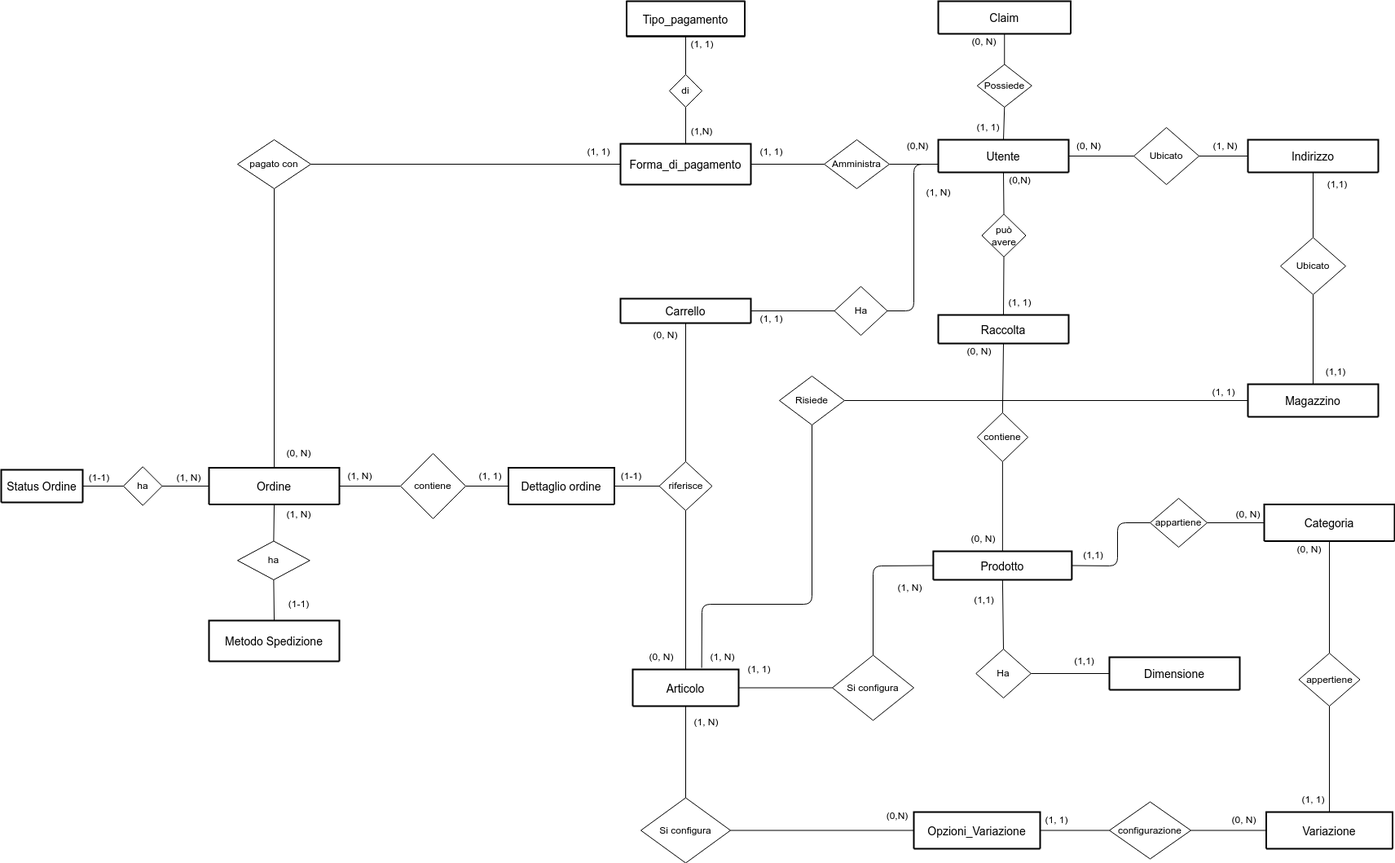
Above: doc/schema_scheletro.png in EndriDomiUni/E-commerce (draw.io), before the change. Source tidied: cells renumbered, new cells last; positions are measured from the earlier drawing's top-left corner, leaving out a move shared by most shapes.
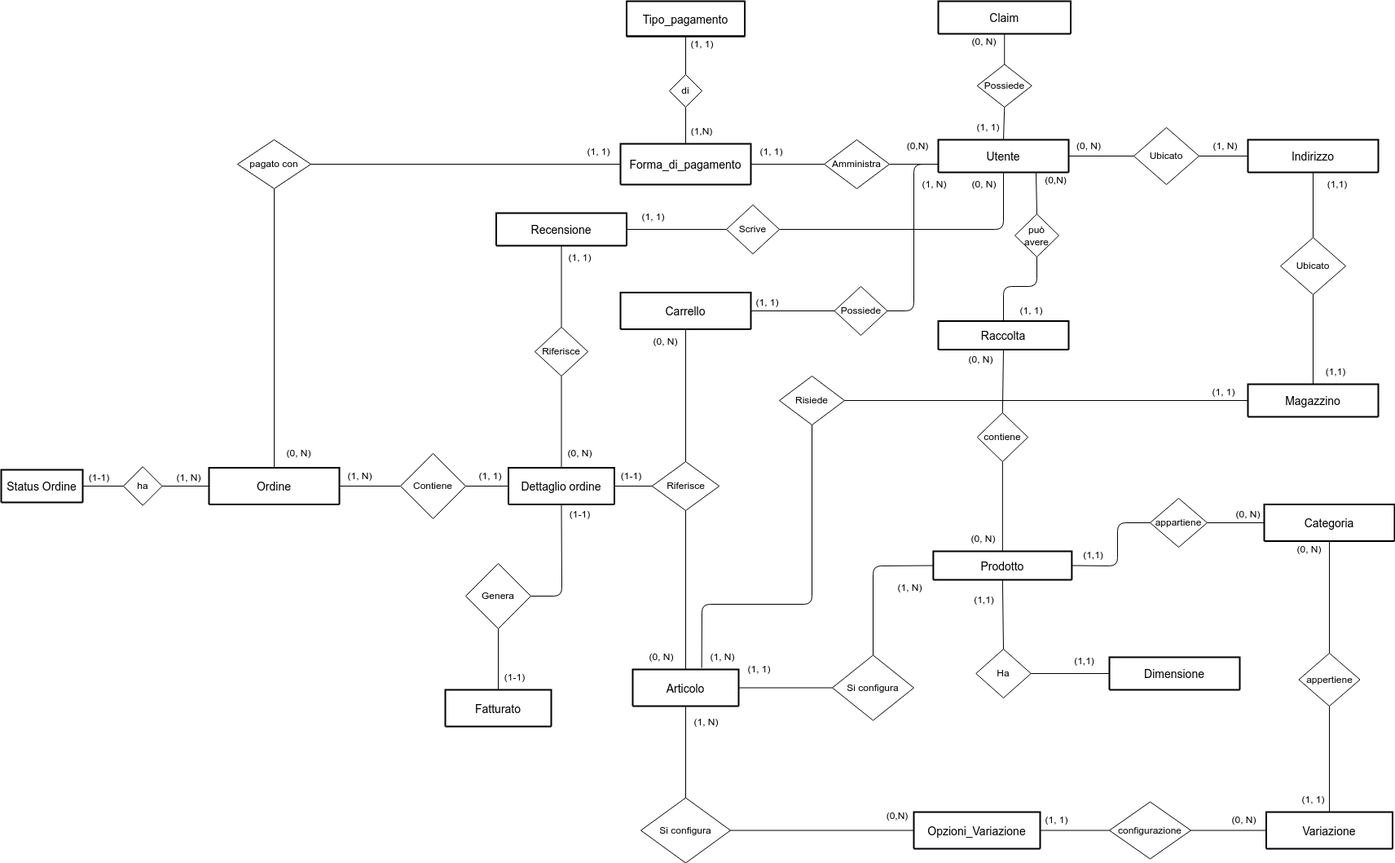
Later version of the same file.

The edit, as a diff of the source:
```diff
@@ -2,6 +2,13 @@
   <root>
     <mxCell id="0" />
     <mxCell id="1" parent="0" />
+    <mxCell id="125" style="edgeStyle=none;html=1;exitX=0.5;exitY=1;exitDx=0;exitDy=0;entryX=1;entryY=0.5;entryDx=0;entryDy=0;endArrow=none;endFill=0;" parent="1" edge="1" source="2" target="128">
+      <mxGeometry relative="1" as="geometry">
+        <Array as="points">
+          <mxPoint x="1230" y="280" />
+        </Array>
+      </mxGeometry>
+    </mxCell>
     <mxCell id="2" value="Utente" style="swimlane;horizontal=1;startSize=130;rounded=1;fontSize=14;fontStyle=0;strokeWidth=2;shadow=0;dashed=0;align=center;" parent="1" vertex="1">
       <mxGeometry x="1150" y="170" width="160" height="40" as="geometry" />
     </mxCell>
@@ -46,8 +53,8 @@
     <mxCell id="15" value="di" style="shape=rhombus;perimeter=rhombusPerimeter;whiteSpace=wrap;html=1;align=center;" parent="1" vertex="1">
       <mxGeometry x="820" y="90" width="40" height="40" as="geometry" />
     </mxCell>
-    <mxCell id="16" value="Carrello" style="swimlane;horizontal=1;startSize=30;rounded=1;fontSize=14;fontStyle=0;strokeWidth=2;shadow=0;dashed=0;align=center;" parent="1" vertex="1">
-      <mxGeometry x="760" y="365" width="160" height="30" as="geometry" />
+    <mxCell id="16" value="Carrello" style="swimlane;horizontal=1;startSize=45;rounded=1;fontSize=14;fontStyle=0;strokeWidth=2;shadow=0;dashed=0;align=center;" parent="1" vertex="1">
+      <mxGeometry x="760" y="357.5" width="160" height="45" as="geometry" />
     </mxCell>
     <mxCell id="17" style="edgeStyle=none;html=1;exitX=1;exitY=0.5;exitDx=0;exitDy=0;entryX=0;entryY=0.75;entryDx=0;entryDy=0;endArrow=none;endFill=0;" parent="1" edge="1" source="19" target="2">
       <mxGeometry relative="1" as="geometry">
@@ -60,7 +67,7 @@
     <mxCell id="18" style="edgeStyle=none;html=1;exitX=0;exitY=0.5;exitDx=0;exitDy=0;entryX=1;entryY=0.5;entryDx=0;entryDy=0;fontSize=20;endArrow=none;endFill=0;" parent="1" edge="1" source="19" target="16">
       <mxGeometry relative="1" as="geometry" />
     </mxCell>
-    <mxCell id="19" value="Ha" style="shape=rhombus;perimeter=rhombusPerimeter;whiteSpace=wrap;html=1;align=center;" parent="1" vertex="1">
+    <mxCell id="19" value="Possiede" style="shape=rhombus;perimeter=rhombusPerimeter;whiteSpace=wrap;html=1;align=center;" parent="1" vertex="1">
       <mxGeometry x="1022.5" y="350" width="65" height="60" as="geometry" />
     </mxCell>
     <mxCell id="20" style="edgeStyle=none;html=1;endArrow=none;endFill=0;exitX=0;exitY=0.5;exitDx=0;exitDy=0;entryX=0.5;entryY=0;entryDx=0;entryDy=0;" parent="1" edge="1" source="21" target="121">
@@ -150,12 +157,9 @@
     <mxCell id="45" style="edgeStyle=none;html=1;exitX=0;exitY=0.5;exitDx=0;exitDy=0;entryX=1;entryY=0.5;entryDx=0;entryDy=0;fontSize=20;endArrow=none;endFill=0;" parent="1" edge="1" source="46" target="69">
       <mxGeometry relative="1" as="geometry" />
     </mxCell>
-    <mxCell id="46" value="riferisce" style="shape=rhombus;perimeter=rhombusPerimeter;whiteSpace=wrap;html=1;align=center;" parent="1" vertex="1">
-      <mxGeometry x="807.5" y="565" width="65" height="60" as="geometry" />
+    <mxCell id="46" value="Riferisce" style="shape=rhombus;perimeter=rhombusPerimeter;whiteSpace=wrap;html=1;align=center;" parent="1" vertex="1">
+      <mxGeometry x="798.8" y="565" width="82.5" height="60" as="geometry" />
     </mxCell>
-    <mxCell id="47" value="Metodo Spedizione" style="swimlane;horizontal=1;startSize=90;rounded=1;fontSize=14;fontStyle=0;strokeWidth=2;shadow=0;dashed=0;align=center;" parent="1" vertex="1">
-      <mxGeometry x="255" y="760" width="160" height="50" as="geometry" />
-    </mxCell>
     <mxCell id="48" style="edgeStyle=none;html=1;exitX=1;exitY=0.5;exitDx=0;exitDy=0;entryX=0;entryY=0.5;entryDx=0;entryDy=0;startArrow=none;startFill=0;endArrow=none;endFill=0;" parent="1" edge="1" source="49" target="68">
       <mxGeometry relative="1" as="geometry" />
     </mxCell>
@@ -183,15 +187,6 @@
     <mxCell id="56" value="(0, N)" style="text;html=1;strokeColor=none;fillColor=none;align=center;verticalAlign=middle;whiteSpace=wrap;rounded=0;" parent="1" vertex="1">
       <mxGeometry x="1315" y="162.5" width="40" height="30" as="geometry" />
     </mxCell>
-    <mxCell id="57" style="edgeStyle=none;html=1;exitX=0.5;exitY=1;exitDx=0;exitDy=0;entryX=0.5;entryY=0;entryDx=0;entryDy=0;startArrow=none;startFill=0;endArrow=none;endFill=0;" parent="1" edge="1" source="59" target="47">
-      <mxGeometry relative="1" as="geometry" />
-    </mxCell>
-    <mxCell id="58" style="edgeStyle=none;html=1;exitX=0.5;exitY=0;exitDx=0;exitDy=0;entryX=0.5;entryY=1;entryDx=0;entryDy=0;startArrow=none;startFill=0;endArrow=none;endFill=0;" parent="1" edge="1" source="59" target="110">
-      <mxGeometry relative="1" as="geometry" />
-    </mxCell>
-    <mxCell id="59" value="ha" style="shape=rhombus;perimeter=rhombusPerimeter;whiteSpace=wrap;html=1;align=center;" parent="1" vertex="1">
-      <mxGeometry x="290" y="662.5" width="88.8" height="47.5" as="geometry" />
-    </mxCell>
     <mxCell id="60" style="edgeStyle=none;html=1;exitX=0.5;exitY=0;exitDx=0;exitDy=0;entryX=0.5;entryY=1;entryDx=0;entryDy=0;endArrow=none;endFill=0;" parent="1" edge="1" source="52" target="109">
       <mxGeometry relative="1" as="geometry" />
     </mxCell>
@@ -231,7 +226,7 @@
     <mxCell id="72" style="edgeStyle=none;html=1;exitX=1;exitY=0.5;exitDx=0;exitDy=0;entryX=0;entryY=0.5;entryDx=0;entryDy=0;fontSize=20;endArrow=none;endFill=0;" parent="1" edge="1" source="73" target="69">
       <mxGeometry relative="1" as="geometry" />
     </mxCell>
-    <mxCell id="73" value="contiene" style="rhombus;whiteSpace=wrap;html=1;" parent="1" vertex="1">
+    <mxCell id="73" value="Contiene" style="rhombus;whiteSpace=wrap;html=1;" parent="1" vertex="1">
       <mxGeometry x="490" y="555" width="80" height="80" as="geometry" />
     </mxCell>
     <mxCell id="74" value="(1, N)" style="text;html=1;align=center;verticalAlign=middle;strokeColor=none;fillColor=none;" parent="1" vertex="1">
@@ -244,7 +239,7 @@
       <mxGeometry x="580" y="572.5" width="40" height="20" as="geometry" />
     </mxCell>
     <mxCell id="77" value="(0, N)" style="text;html=1;align=center;verticalAlign=middle;strokeColor=none;fillColor=none;" parent="1" vertex="1">
-      <mxGeometry x="790" y="400" width="50" height="20" as="geometry" />
+      <mxGeometry x="790" y="407.5" width="50" height="20" as="geometry" />
     </mxCell>
     <mxCell id="78" value="(1, N)" style="text;html=1;align=center;verticalAlign=middle;strokeColor=none;fillColor=none;" parent="1" vertex="1">
       <mxGeometry x="1090" y="710" width="50" height="20" as="geometry" />
@@ -252,38 +247,37 @@
     <mxCell id="79" value="(1-1)" style="text;html=1;align=center;verticalAlign=middle;strokeColor=none;fillColor=none;" parent="1" vertex="1">
       <mxGeometry x="100" y="575" width="40" height="20" as="geometry" />
     </mxCell>
-    <mxCell id="80" value="(1-1)" style="text;html=1;align=center;verticalAlign=middle;strokeColor=none;fillColor=none;" parent="1" vertex="1">
-      <mxGeometry x="345" y="730" width="40" height="20" as="geometry" />
-    </mxCell>
     <mxCell id="81" value="(0,N)" style="text;html=1;strokeColor=none;fillColor=none;align=center;verticalAlign=middle;whiteSpace=wrap;rounded=0;" parent="1" vertex="1">
       <mxGeometry x="1070" y="985" width="60" height="30" as="geometry" />
     </mxCell>
     <mxCell id="82" value="(1, N)" style="text;html=1;align=center;verticalAlign=middle;strokeColor=none;fillColor=none;" parent="1" vertex="1">
-      <mxGeometry x="1125" y="225" width="50" height="20" as="geometry" />
+      <mxGeometry x="1120" y="215" width="50" height="20" as="geometry" />
     </mxCell>
     <mxCell id="83" value="(1, N)" style="text;html=1;align=center;verticalAlign=middle;strokeColor=none;fillColor=none;" parent="1" vertex="1">
       <mxGeometry x="205" y="575" width="50" height="20" as="geometry" />
     </mxCell>
-    <mxCell id="84" value="(1, N)" style="text;html=1;align=center;verticalAlign=middle;strokeColor=none;fillColor=none;" parent="1" vertex="1">
-      <mxGeometry x="340" y="620" width="50" height="20" as="geometry" />
-    </mxCell>
     <mxCell id="85" value="(1, 1)" style="text;html=1;align=center;verticalAlign=middle;strokeColor=none;fillColor=none;" parent="1" vertex="1">
-      <mxGeometry x="925" y="380" width="40" height="20" as="geometry" />
+      <mxGeometry x="920" y="360" width="40" height="20" as="geometry" />
     </mxCell>
     <mxCell id="86" value="(1,1)" style="text;html=1;strokeColor=none;fillColor=none;align=center;verticalAlign=middle;whiteSpace=wrap;rounded=0;" parent="1" vertex="1">
       <mxGeometry x="1610" y="210" width="60" height="30" as="geometry" />
     </mxCell>
     <mxCell id="87" value="Raccolta" style="swimlane;horizontal=1;startSize=65;rounded=1;fontSize=14;fontStyle=0;strokeWidth=2;shadow=0;dashed=0;align=center;" parent="1" vertex="1">
-      <mxGeometry x="1150" y="385" width="160" height="35" as="geometry" />
+      <mxGeometry x="1150" y="392.5" width="160" height="35" as="geometry" />
     </mxCell>
-    <mxCell id="88" style="edgeStyle=none;html=1;exitX=0.5;exitY=0;exitDx=0;exitDy=0;entryX=0.5;entryY=1;entryDx=0;entryDy=0;startArrow=none;startFill=0;endArrow=none;endFill=0;" parent="1" edge="1" source="90" target="2">
+    <mxCell id="88" style="edgeStyle=none;html=1;exitX=0.5;exitY=0;exitDx=0;exitDy=0;entryX=0.75;entryY=1;entryDx=0;entryDy=0;startArrow=none;startFill=0;endArrow=none;endFill=0;" parent="1" edge="1" source="90" target="2">
       <mxGeometry relative="1" as="geometry" />
     </mxCell>
     <mxCell id="89" style="edgeStyle=none;html=1;exitX=0.5;exitY=1;exitDx=0;exitDy=0;entryX=0.5;entryY=0;entryDx=0;entryDy=0;startArrow=none;startFill=0;endArrow=none;endFill=0;" parent="1" edge="1" source="90" target="87">
-      <mxGeometry relative="1" as="geometry" />
+      <mxGeometry relative="1" as="geometry">
+        <Array as="points">
+          <mxPoint x="1271" y="350" />
+          <mxPoint x="1230" y="350" />
+        </Array>
+      </mxGeometry>
     </mxCell>
     <mxCell id="90" value="può avere" style="shape=rhombus;perimeter=rhombusPerimeter;whiteSpace=wrap;html=1;align=center;" parent="1" vertex="1">
-      <mxGeometry x="1203.5" y="261.2" width="54" height="52.5" as="geometry" />
+      <mxGeometry x="1244" y="261.2" width="54" height="52.5" as="geometry" />
     </mxCell>
     <mxCell id="91" style="edgeStyle=none;html=1;exitX=0.5;exitY=1;exitDx=0;exitDy=0;entryX=0.5;entryY=0;entryDx=0;entryDy=0;startArrow=none;startFill=0;endArrow=none;endFill=0;" parent="1" edge="1" source="92" target="21">
       <mxGeometry relative="1" as="geometry" />
@@ -295,16 +289,16 @@
       <mxGeometry relative="1" as="geometry" />
     </mxCell>
     <mxCell id="94" value="(1, 1)" style="text;html=1;align=center;verticalAlign=middle;strokeColor=none;fillColor=none;" parent="1" vertex="1">
-      <mxGeometry x="1230" y="360" width="40" height="20" as="geometry" />
+      <mxGeometry x="1244" y="370" width="40" height="20" as="geometry" />
     </mxCell>
     <mxCell id="95" value="(0, N)" style="text;html=1;align=center;verticalAlign=middle;strokeColor=none;fillColor=none;" parent="1" vertex="1">
       <mxGeometry x="1180" y="650" width="50" height="20" as="geometry" />
     </mxCell>
     <mxCell id="96" value="(0,N)" style="text;html=1;align=center;verticalAlign=middle;strokeColor=none;fillColor=none;" parent="1" vertex="1">
-      <mxGeometry x="1230" y="210" width="40" height="20" as="geometry" />
+      <mxGeometry x="1273.9" y="210" width="40" height="20" as="geometry" />
     </mxCell>
     <mxCell id="97" value="(0, N)" style="text;html=1;align=center;verticalAlign=middle;strokeColor=none;fillColor=none;" parent="1" vertex="1">
-      <mxGeometry x="1175" y="420" width="50" height="20" as="geometry" />
+      <mxGeometry x="1176.5" y="430" width="50" height="20" as="geometry" />
     </mxCell>
     <mxCell id="98" value="(1, 1)" style="text;html=1;align=center;verticalAlign=middle;strokeColor=none;fillColor=none;" parent="1" vertex="1">
       <mxGeometry x="925" y="175" width="40" height="20" as="geometry" />
@@ -392,5 +386,60 @@
     <mxCell id="124" value="(0, N)" style="text;html=1;align=center;verticalAlign=middle;strokeColor=none;fillColor=none;" parent="1" vertex="1">
       <mxGeometry x="785" y="790" width="50" height="30" as="geometry" />
     </mxCell>
+    <mxCell id="126" style="edgeStyle=none;html=1;entryX=0.5;entryY=0;entryDx=0;entryDy=0;endArrow=none;endFill=0;exitX=0.5;exitY=1;exitDx=0;exitDy=0;" parent="1" edge="1" source="134" target="69">
+      <mxGeometry relative="1" as="geometry" />
+    </mxCell>
+    <mxCell id="127" style="edgeStyle=none;html=1;exitX=0;exitY=0.5;exitDx=0;exitDy=0;entryX=1;entryY=0.5;entryDx=0;entryDy=0;endArrow=none;endFill=0;" parent="1" edge="1" source="128" target="131">
+      <mxGeometry relative="1" as="geometry" />
+    </mxCell>
+    <mxCell id="128" value="Scrive" style="shape=rhombus;perimeter=rhombusPerimeter;whiteSpace=wrap;html=1;align=center;" parent="1" vertex="1">
+      <mxGeometry x="890" y="250" width="65" height="60" as="geometry" />
+    </mxCell>
+    <mxCell id="129" value="(0, N)" style="text;html=1;align=center;verticalAlign=middle;strokeColor=none;fillColor=none;" parent="1" vertex="1">
+      <mxGeometry x="685" y="540" width="50" height="30" as="geometry" />
+    </mxCell>
+    <mxCell id="130" value="(0, N)" style="text;html=1;align=center;verticalAlign=middle;strokeColor=none;fillColor=none;" parent="1" vertex="1">
+      <mxGeometry x="1181" y="210" width="50" height="30" as="geometry" />
+    </mxCell>
+    <mxCell id="131" value="Recensione" style="swimlane;horizontal=1;startSize=130;rounded=1;fontSize=14;fontStyle=0;strokeWidth=2;shadow=0;dashed=0;align=center;" parent="1" vertex="1">
+      <mxGeometry x="607.5" y="260" width="160" height="40" as="geometry" />
+    </mxCell>
+    <mxCell id="132" value="(1, 1)" style="text;html=1;align=center;verticalAlign=middle;strokeColor=none;fillColor=none;" parent="1" vertex="1">
+      <mxGeometry x="775" y="250" width="50" height="30" as="geometry" />
+    </mxCell>
+    <mxCell id="133" style="edgeStyle=none;html=1;exitX=0.5;exitY=0;exitDx=0;exitDy=0;entryX=0.5;entryY=1;entryDx=0;entryDy=0;endArrow=none;endFill=0;" parent="1" edge="1" source="134" target="131">
+      <mxGeometry relative="1" as="geometry" />
+    </mxCell>
+    <mxCell id="134" value="Riferisce" style="shape=rhombus;perimeter=rhombusPerimeter;whiteSpace=wrap;html=1;align=center;" parent="1" vertex="1">
+      <mxGeometry x="655" y="400" width="65" height="60" as="geometry" />
+    </mxCell>
+    <mxCell id="135" value="(1, 1)" style="text;html=1;align=center;verticalAlign=middle;strokeColor=none;fillColor=none;" parent="1" vertex="1">
+      <mxGeometry x="685" y="300" width="50" height="30" as="geometry" />
+    </mxCell>
+    <mxCell id="136" value="Genera" style="rhombus;whiteSpace=wrap;html=1;" parent="1" vertex="1">
+      <mxGeometry x="570" y="690" width="80" height="80" as="geometry" />
+    </mxCell>
+    <mxCell id="137" style="edgeStyle=none;html=1;exitX=0.5;exitY=1;exitDx=0;exitDy=0;entryX=1;entryY=0.5;entryDx=0;entryDy=0;fontSize=20;endArrow=none;endFill=0;" parent="1" edge="1" source="69" target="136">
+      <mxGeometry relative="1" as="geometry">
+        <Array as="points">
+          <mxPoint x="688" y="730" />
+        </Array>
+      </mxGeometry>
+    </mxCell>
+    <mxCell id="138" style="edgeStyle=none;html=1;exitX=0.5;exitY=1;exitDx=0;exitDy=0;fontSize=20;endArrow=none;endFill=0;entryX=0.5;entryY=0;entryDx=0;entryDy=0;" parent="1" edge="1" source="136" target="139">
+      <mxGeometry relative="1" as="geometry" />
+    </mxCell>
+    <mxCell id="139" value="Fatturato" style="swimlane;horizontal=1;startSize=65;rounded=1;fontSize=14;fontStyle=0;strokeWidth=2;shadow=0;dashed=0;align=center;" parent="1" vertex="1">
+      <mxGeometry x="545" y="845" width="130" height="45" as="geometry" />
+    </mxCell>
+    <mxCell id="140" value="&#10;&#10;" style="align=left;strokeColor=none;fillColor=none;spacingLeft=4;fontSize=12;verticalAlign=top;" parent="139" vertex="1">
+      <mxGeometry y="45" width="130" as="geometry" />
+    </mxCell>
+    <mxCell id="141" value="(1-1)" style="text;html=1;align=center;verticalAlign=middle;strokeColor=none;fillColor=none;" parent="1" vertex="1">
+      <mxGeometry x="690" y="620" width="40" height="20" as="geometry" />
+    </mxCell>
+    <mxCell id="142" value="(1-1)" style="text;html=1;align=center;verticalAlign=middle;strokeColor=none;fillColor=none;" parent="1" vertex="1">
+      <mxGeometry x="610" y="820" width="40" height="20" as="geometry" />
+    </mxCell>
   </root>
 </mxGraphModel>
```
